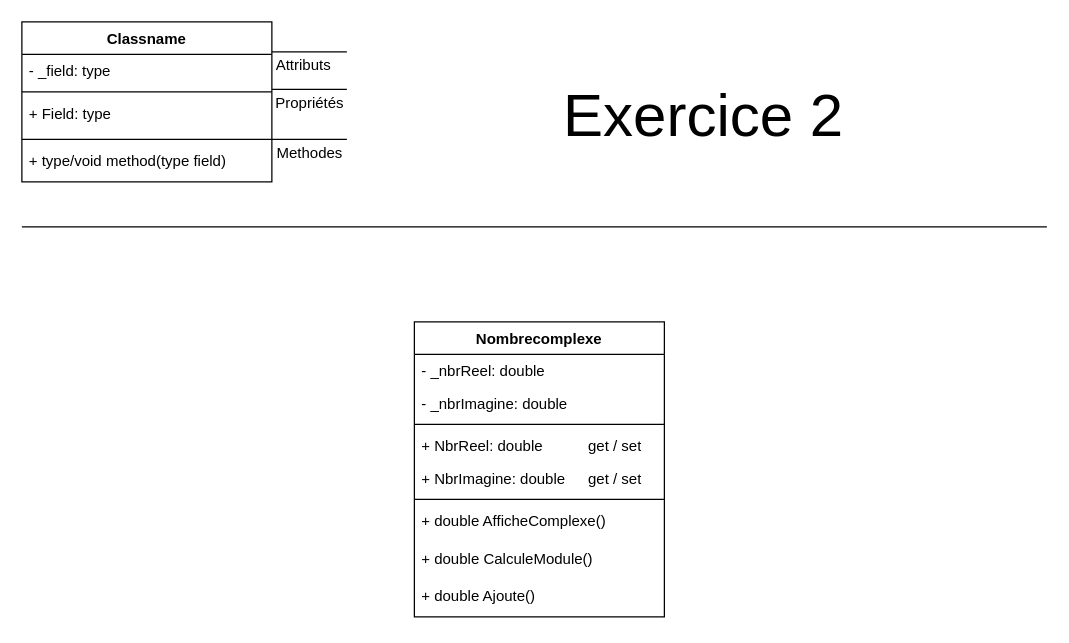
Trex2007/UAA14 keeps this draw.io diagram as page "Ex2" (2 of 5) of POO/ACT_2_POO_ExSimples/ACT_2_POO_AdrienN.drawio. Above is the earlier version. Source tidied: cells renumbered, new cells numbered last; positions are measured from the earlier drawing's top-left corner, leaving out a move shared by most shapes. Both pictures are drawn from the tidied source at 125%, with x=0, y=0 at pixel (21, 21).
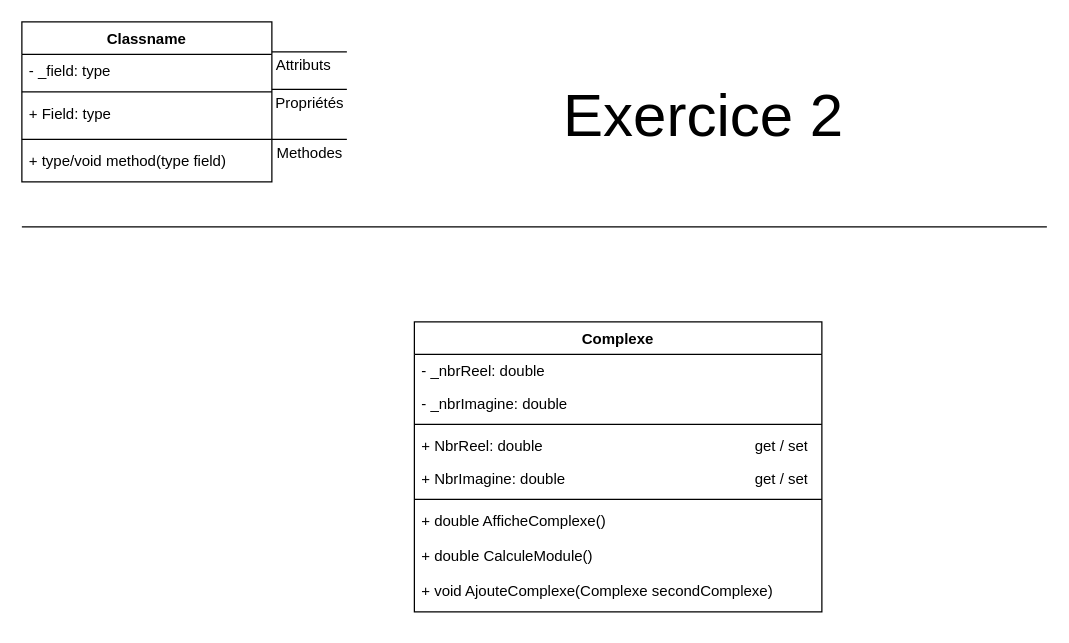
The same page after the edit.

Change to the diagram source:
```diff
@@
-    <mxCell id="16" value="Nombrecomplexe" style="swimlane;fontStyle=1;align=center;verticalAlign=top;horizontal=1;startSize=26;whiteSpace=wrap;html=1;" parent="1" vertex="1">
-      <mxGeometry x="314" y="240" width="200" height="236" as="geometry" />
+    <mxCell id="16" value="Complexe" style="swimlane;fontStyle=1;align=center;verticalAlign=top;horizontal=1;startSize=26;whiteSpace=wrap;html=1;" parent="1" vertex="1">
+      <mxGeometry x="314" y="240" width="326" height="232" as="geometry" />
     </mxCell>
     <mxCell id="17" value="- _nbrReel: double" style="text;strokeColor=none;fillColor=none;align=left;verticalAlign=top;spacingLeft=4;spacingRight=4;overflow=hidden;whiteSpace=wrap;html=1;" parent="16" vertex="1">
-      <mxGeometry y="26" width="200" height="26" as="geometry" />
+      <mxGeometry y="26" width="326" height="26" as="geometry" />
     </mxCell>
     <mxCell id="18" value="- _nbrImagine: double" style="text;strokeColor=none;fillColor=none;align=left;verticalAlign=top;spacingLeft=4;spacingRight=4;overflow=hidden;whiteSpace=wrap;html=1;" parent="16" vertex="1">
-      <mxGeometry y="52" width="200" height="26" as="geometry" />
+      <mxGeometry y="52" width="326" height="26" as="geometry" />
     </mxCell>
     <mxCell id="19" style="line;strokeWidth=1;fillColor=none;align=left;verticalAlign=middle;spacingTop=-1;spacingLeft=3;spacingRight=3;labelPosition=right;strokeColor=inherit;" parent="16" vertex="1">
-      <mxGeometry y="78" width="200" height="8" as="geometry" />
+      <mxGeometry y="78" width="326" height="8" as="geometry" />
     </mxCell>
-    <mxCell id="20" value="+ NbrReel: double&lt;span style=&quot;white-space: pre;&quot;&gt;&#9;&lt;/span&gt;&lt;span style=&quot;white-space: pre;&quot;&gt;&#9;&lt;/span&gt;get / set" style="text;strokeColor=none;fillColor=none;align=left;verticalAlign=top;spacingLeft=4;spacingRight=4;overflow=hidden;whiteSpace=wrap;html=1;" parent="16" vertex="1">
-      <mxGeometry y="86" width="200" height="26" as="geometry" />
+    <mxCell id="20" value="+ NbrReel: double&lt;span style=&quot;white-space: pre;&quot;&gt;&#9;&lt;/span&gt;&lt;span style=&quot;white-space: pre;&quot;&gt;&#9;&lt;span style=&quot;white-space: pre;&quot;&gt;&#9;&lt;/span&gt;&lt;span style=&quot;white-space: pre;&quot;&gt;&#9;&lt;/span&gt;&lt;span style=&quot;white-space: pre;&quot;&gt;&#9;&lt;/span&gt;&lt;span style=&quot;white-space: pre;&quot;&gt;&#9;&lt;/span&gt;&lt;span style=&quot;white-space: pre;&quot;&gt;&#9;&lt;/span&gt;&lt;/span&gt;get / set" style="text;strokeColor=none;fillColor=none;align=left;verticalAlign=top;spacingLeft=4;spacingRight=4;overflow=hidden;whiteSpace=wrap;html=1;" parent="16" vertex="1">
+      <mxGeometry y="86" width="326" height="26" as="geometry" />
     </mxCell>
-    <mxCell id="21" value="+ NbrImagine: double&lt;span style=&quot;white-space: pre;&quot;&gt;&#9;&lt;/span&gt;get / set" style="text;strokeColor=none;fillColor=none;align=left;verticalAlign=top;spacingLeft=4;spacingRight=4;overflow=hidden;whiteSpace=wrap;html=1;" parent="16" vertex="1">
-      <mxGeometry y="112" width="200" height="26" as="geometry" />
+    <mxCell id="21" value="+ NbrImagine: double&lt;span style=&quot;white-space: pre;&quot;&gt;&#9;&lt;span style=&quot;white-space: pre;&quot;&gt;&#9;&lt;/span&gt;&lt;span style=&quot;white-space: pre;&quot;&gt;&#9;&lt;/span&gt;&lt;span style=&quot;white-space: pre;&quot;&gt;&#9;&lt;/span&gt;&lt;span style=&quot;white-space: pre;&quot;&gt;&#9;&lt;/span&gt;&lt;span style=&quot;white-space: pre;&quot;&gt;&#9;&lt;/span&gt;&lt;/span&gt;get / set" style="text;strokeColor=none;fillColor=none;align=left;verticalAlign=top;spacingLeft=4;spacingRight=4;overflow=hidden;whiteSpace=wrap;html=1;" parent="16" vertex="1">
+      <mxGeometry y="112" width="326" height="26" as="geometry" />
     </mxCell>
     <mxCell id="22" style="line;strokeWidth=1;fillColor=none;align=left;verticalAlign=middle;spacingTop=-1;spacingLeft=3;spacingRight=3;labelPosition=right;strokeColor=inherit;" parent="16" vertex="1">
-      <mxGeometry y="138" width="200" height="8" as="geometry" />
+      <mxGeometry y="138" width="326" height="8" as="geometry" />
     </mxCell>
     <mxCell id="23" value="+ double AfficheComplexe()" style="text;strokeColor=none;fillColor=none;align=left;verticalAlign=top;spacingLeft=4;spacingRight=4;overflow=hidden;whiteSpace=wrap;html=1;" parent="16" vertex="1">
-      <mxGeometry y="146" width="200" height="30" as="geometry" />
+      <mxGeometry y="146" width="326" height="28" as="geometry" />
     </mxCell>
     <mxCell id="24" value="+ double CalculeModule()" style="text;strokeColor=none;fillColor=none;align=left;verticalAlign=top;spacingLeft=4;spacingRight=4;overflow=hidden;whiteSpace=wrap;html=1;" parent="16" vertex="1">
-      <mxGeometry y="176" width="200" height="30" as="geometry" />
+      <mxGeometry y="174" width="326" height="28" as="geometry" />
     </mxCell>
-    <mxCell id="25" value="+ double Ajoute()" style="text;strokeColor=none;fillColor=none;align=left;verticalAlign=top;spacingLeft=4;spacingRight=4;overflow=hidden;whiteSpace=wrap;html=1;" parent="16" vertex="1">
-      <mxGeometry y="206" width="200" height="30" as="geometry" />
+    <mxCell id="25" value="+ void AjouteComplexe(Complexe secondComplexe)" style="text;strokeColor=none;fillColor=none;align=left;verticalAlign=top;spacingLeft=4;spacingRight=4;overflow=hidden;whiteSpace=wrap;html=1;" parent="16" vertex="1">
+      <mxGeometry y="202" width="326" height="30" as="geometry" />
     </mxCell>
```
